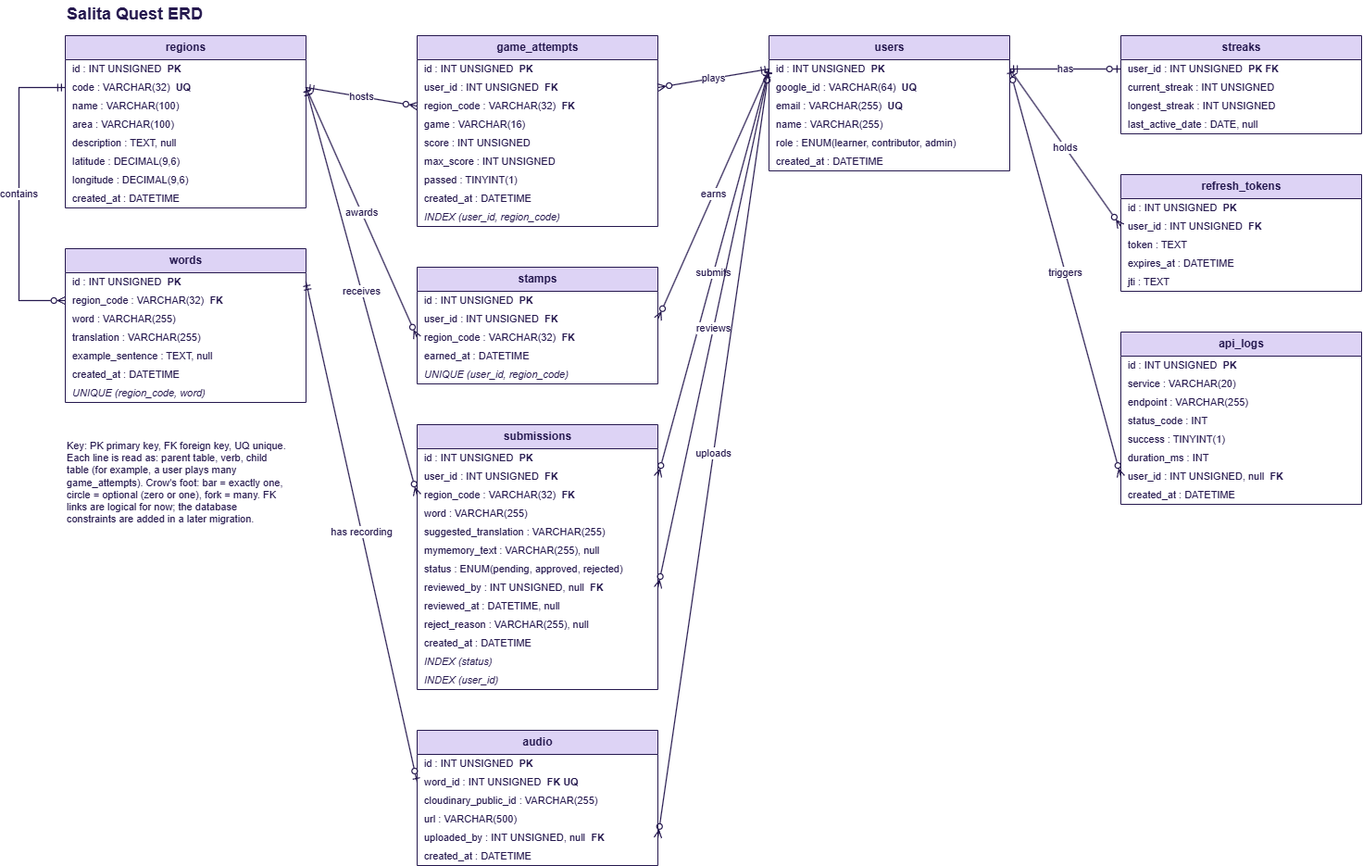
Before: docs/erd/Erd_SalitaQuest.drawio.png, a diagram exported from draw.io (ThristanDeLuna/SalitaQuestBackEnd). Source tidied: cells renumbered, new cells last; positions are measured from the earlier drawing's top-left corner, leaving out a move shared by most shapes.
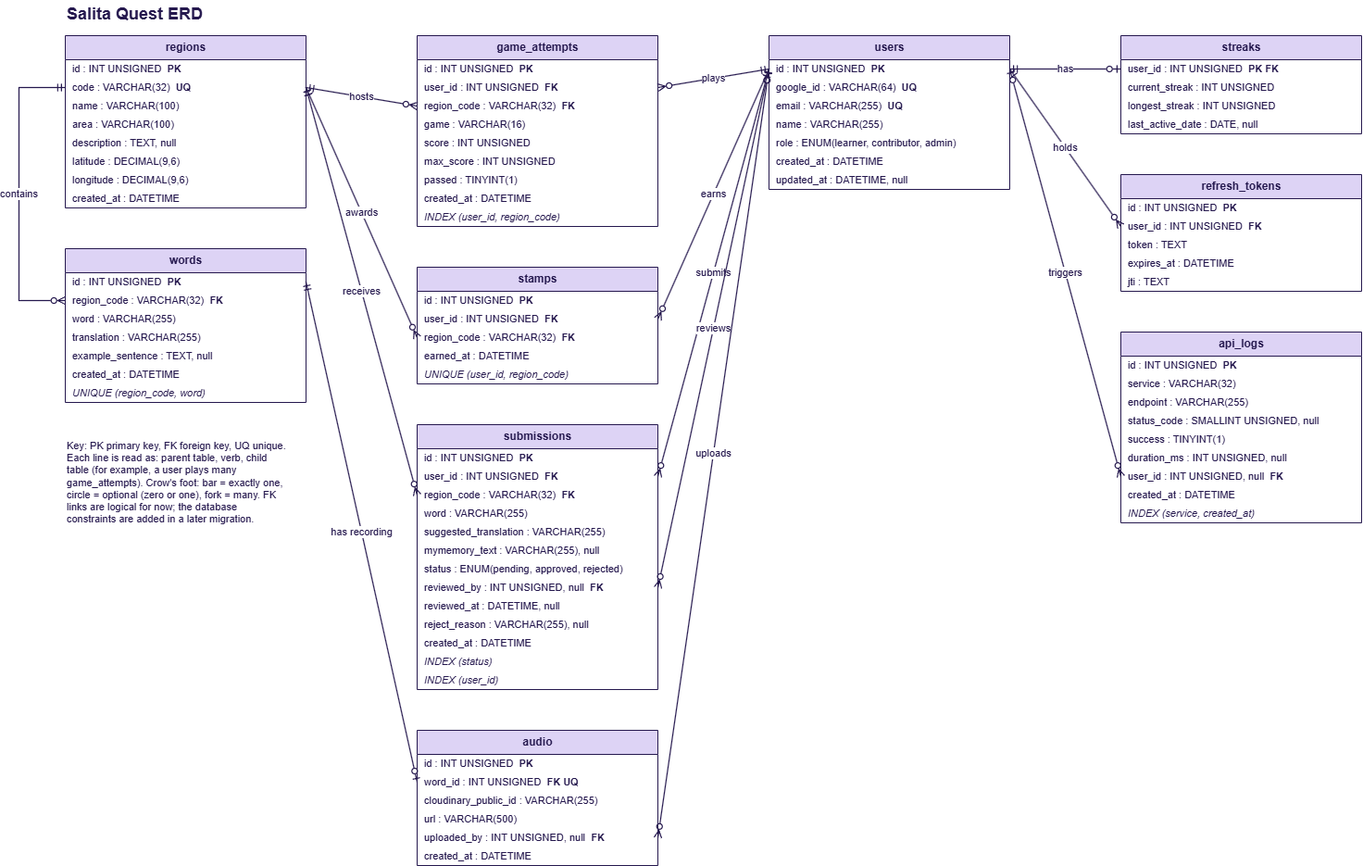
The same diagram one commit later.

Commit message:
Fix ERD to match migrations 001-004 (users.updated_at, api_logs types and index)

What changed in the source:
```diff
@@ -165,7 +165,7 @@
       <mxGeometry y="126" width="260" height="20" as="geometry" />
     </mxCell>
     <mxCell id="56" value="users" style="swimlane;fontStyle=1;horizontal=1;startSize=26;html=1;fontSize=12;fillColor=#ddd3f5;swimlaneFillColor=#ffffff;strokeColor=#25184e;fontColor=#25184e;" parent="1" vertex="1">
-      <mxGeometry x="810" y="38" width="260" height="146" as="geometry" />
+      <mxGeometry x="810" y="38" width="260" height="166" as="geometry" />
     </mxCell>
     <mxCell id="57" value="id : INT UNSIGNED &amp;nbsp;&lt;b&gt;PK&lt;/b&gt;" style="text;html=1;align=left;verticalAlign=middle;spacingLeft=6;fontSize=11;fontColor=#25184e;" parent="56" vertex="1">
       <mxGeometry y="26" width="260" height="20" as="geometry" />
@@ -185,6 +185,9 @@
     <mxCell id="62" value="created_at : DATETIME" style="text;html=1;align=left;verticalAlign=middle;spacingLeft=6;fontSize=11;fontColor=#25184e;" parent="56" vertex="1">
       <mxGeometry y="126" width="260" height="20" as="geometry" />
     </mxCell>
+    <mxCell id="98" value="updated_at : DATETIME, null" style="text;html=1;align=left;verticalAlign=middle;spacingLeft=6;fontSize=11;fontColor=#25184e;" parent="56" vertex="1">
+      <mxGeometry y="146" width="260" height="20" as="geometry" />
+    </mxCell>
     <mxCell id="63" value="streaks" style="swimlane;fontStyle=1;horizontal=1;startSize=26;html=1;fontSize=12;fillColor=#ddd3f5;swimlaneFillColor=#ffffff;strokeColor=#25184e;fontColor=#25184e;" parent="1" vertex="1">
       <mxGeometry x="1190" y="38" width="260" height="106" as="geometry" />
     </mxCell>
@@ -219,24 +222,24 @@
       <mxGeometry y="106" width="260" height="20" as="geometry" />
     </mxCell>
     <mxCell id="74" value="api_logs" style="swimlane;fontStyle=1;horizontal=1;startSize=26;html=1;fontSize=12;fillColor=#ddd3f5;swimlaneFillColor=#ffffff;strokeColor=#25184e;fontColor=#25184e;" parent="1" vertex="1">
-      <mxGeometry x="1190" y="358" width="260" height="186" as="geometry" />
+      <mxGeometry x="1190" y="358" width="260" height="206" as="geometry" />
     </mxCell>
     <mxCell id="75" value="id : INT UNSIGNED &amp;nbsp;&lt;b&gt;PK&lt;/b&gt;" style="text;html=1;align=left;verticalAlign=middle;spacingLeft=6;fontSize=11;fontColor=#25184e;" parent="74" vertex="1">
       <mxGeometry y="26" width="260" height="20" as="geometry" />
     </mxCell>
-    <mxCell id="76" value="service : VARCHAR(20)" style="text;html=1;align=left;verticalAlign=middle;spacingLeft=6;fontSize=11;fontColor=#25184e;" parent="74" vertex="1">
+    <mxCell id="76" value="service : VARCHAR(32)" style="text;html=1;align=left;verticalAlign=middle;spacingLeft=6;fontSize=11;fontColor=#25184e;" parent="74" vertex="1">
       <mxGeometry y="46" width="260" height="20" as="geometry" />
     </mxCell>
     <mxCell id="77" value="endpoint : VARCHAR(255)" style="text;html=1;align=left;verticalAlign=middle;spacingLeft=6;fontSize=11;fontColor=#25184e;" parent="74" vertex="1">
       <mxGeometry y="66" width="260" height="20" as="geometry" />
     </mxCell>
-    <mxCell id="78" value="status_code : INT" style="text;html=1;align=left;verticalAlign=middle;spacingLeft=6;fontSize=11;fontColor=#25184e;" parent="74" vertex="1">
+    <mxCell id="78" value="status_code : SMALLINT UNSIGNED, null" style="text;html=1;align=left;verticalAlign=middle;spacingLeft=6;fontSize=11;fontColor=#25184e;" parent="74" vertex="1">
       <mxGeometry y="86" width="260" height="20" as="geometry" />
     </mxCell>
     <mxCell id="79" value="success : TINYINT(1)" style="text;html=1;align=left;verticalAlign=middle;spacingLeft=6;fontSize=11;fontColor=#25184e;" parent="74" vertex="1">
       <mxGeometry y="106" width="260" height="20" as="geometry" />
     </mxCell>
-    <mxCell id="80" value="duration_ms : INT" style="text;html=1;align=left;verticalAlign=middle;spacingLeft=6;fontSize=11;fontColor=#25184e;" parent="74" vertex="1">
+    <mxCell id="80" value="duration_ms : INT UNSIGNED, null" style="text;html=1;align=left;verticalAlign=middle;spacingLeft=6;fontSize=11;fontColor=#25184e;" parent="74" vertex="1">
       <mxGeometry y="126" width="260" height="20" as="geometry" />
     </mxCell>
     <mxCell id="81" value="user_id : INT UNSIGNED, null &amp;nbsp;&lt;b&gt;FK&lt;/b&gt;" style="text;html=1;align=left;verticalAlign=middle;spacingLeft=6;fontSize=11;fontColor=#25184e;" parent="74" vertex="1">
@@ -245,6 +248,9 @@
     <mxCell id="82" value="created_at : DATETIME" style="text;html=1;align=left;verticalAlign=middle;spacingLeft=6;fontSize=11;fontColor=#25184e;" parent="74" vertex="1">
       <mxGeometry y="166" width="260" height="20" as="geometry" />
     </mxCell>
+    <mxCell id="99" value="&lt;i&gt;INDEX (service, created_at)&lt;/i&gt;" style="text;html=1;align=left;verticalAlign=middle;spacingLeft=6;fontSize=11;fontColor=#25184e;" parent="74" vertex="1">
+      <mxGeometry y="186" width="260" height="20" as="geometry" />
+    </mxCell>
     <mxCell id="83" value="Key: PK primary key, FK foreign key, UQ unique. Each line is read as: parent table, verb, child table (for example, a user plays many game_attempts). Crow's foot: bar = exactly one, circle = optional (zero or one), fork = many. FK links are logical for now; the database constraints are added in a later migration." style="text;html=1;whiteSpace=wrap;align=left;verticalAlign=top;fontSize=11;fontColor=#25184e;" parent="1" vertex="1">
       <mxGeometry x="50" y="468" width="240" height="230" as="geometry" />
     </mxCell>
```
